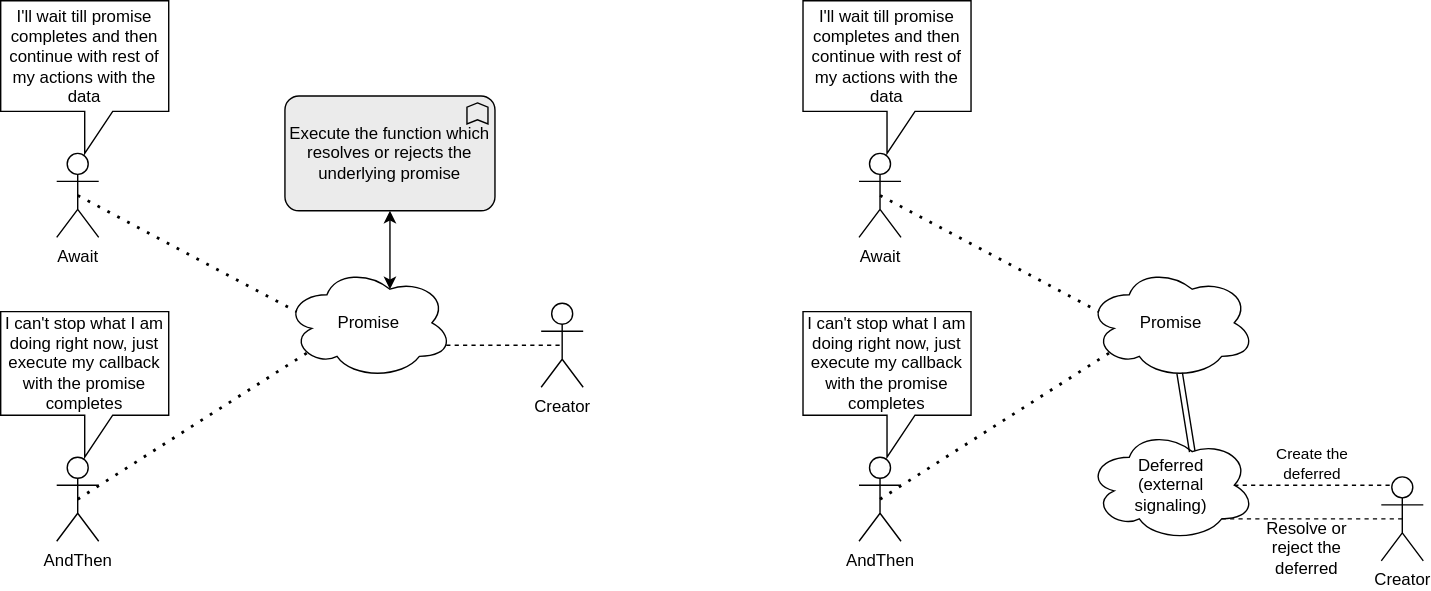
This is Promise/Concept.svg from BhaskarPanja93/BhariyaRoblox, a draw.io export, as it was before one commit. Source tidied: cells renumbered, new cells last; positions are measured from the earlier drawing's top-left corner, leaving out a move shared by most shapes. Its diagram source:
```xml
<mxGraphModel>
  <root>
    <mxCell id="0" />
    <mxCell id="1" parent="0" />
    <mxCell id="2" style="shape=tableRow;horizontal=0;startSize=0;swimlaneHead=0;swimlaneBody=0;strokeColor=inherit;top=0;left=0;bottom=0;right=0;fillColor=none;fontSize=16;" parent="1" vertex="1">
      <mxGeometry x="188" y="79" width="180" height="40" as="geometry" />
    </mxCell>
    <mxCell id="3" style="shape=partialRectangle;html=1;whiteSpace=wrap;strokeColor=inherit;overflow=hidden;fillColor=none;top=0;left=0;bottom=0;right=0;fontSize=16;" parent="2" vertex="1">
      <mxGeometry x="120" width="60" height="40" as="geometry" />
    </mxCell>
    <mxCell id="4" value="Promise" style="ellipse;shape=cloud;whiteSpace=wrap;html=1;" parent="1" vertex="1">
      <mxGeometry x="203" y="190" width="120" height="80" as="geometry" />
    </mxCell>
    <mxCell id="5" value="Await" style="shape=umlActor;verticalLabelPosition=bottom;verticalAlign=top;html=1;outlineConnect=0;" parent="1" vertex="1">
      <mxGeometry x="40" y="109" width="30" height="60" as="geometry" />
    </mxCell>
    <mxCell id="6" value="AndThen" style="shape=umlActor;verticalLabelPosition=bottom;verticalAlign=top;html=1;outlineConnect=0;" parent="1" vertex="1">
      <mxGeometry x="40" y="326" width="30" height="60" as="geometry" />
    </mxCell>
    <mxCell id="7" value="I can't stop what I am doing right now, just execute my callback with the promise completes" style="shape=callout;whiteSpace=wrap;html=1;perimeter=calloutPerimeter;" parent="1" vertex="1">
      <mxGeometry y="222" width="120" height="104" as="geometry" />
    </mxCell>
    <mxCell id="8" value="I'll wait till promise completes and then continue with rest of my actions with the data" style="shape=callout;whiteSpace=wrap;html=1;perimeter=calloutPerimeter;" parent="1" vertex="1">
      <mxGeometry width="120" height="109" as="geometry" />
    </mxCell>
    <mxCell id="9" value="Execute the function which resolves or rejects the underlying promise" style="html=1;outlineConnect=0;whiteSpace=wrap;fillColor=#EBEBEB;shape=mxgraph.archimate3.application;appType=func;archiType=rounded;" parent="1" vertex="1">
      <mxGeometry x="203" y="68" width="150" height="82" as="geometry" />
    </mxCell>
    <mxCell id="10" style="endArrow=none;dashed=1;html=1;dashPattern=1 3;strokeWidth=2;rounded=0;exitX=0.5;exitY=0.5;exitDx=0;exitDy=0;exitPerimeter=0;entryX=0.13;entryY=0.77;entryDx=0;entryDy=0;entryPerimeter=0;" parent="1" edge="1" source="6" target="4">
      <mxGeometry relative="1" as="geometry" />
    </mxCell>
    <mxCell id="11" style="endArrow=none;dashed=1;html=1;dashPattern=1 3;strokeWidth=2;rounded=0;exitX=0.5;exitY=0.5;exitDx=0;exitDy=0;exitPerimeter=0;entryX=0.07;entryY=0.4;entryDx=0;entryDy=0;entryPerimeter=0;" parent="1" edge="1" source="5" target="4">
      <mxGeometry relative="1" as="geometry" />
    </mxCell>
    <mxCell id="12" value="Creator" style="shape=umlActor;verticalLabelPosition=bottom;verticalAlign=top;html=1;outlineConnect=0;" parent="1" vertex="1">
      <mxGeometry x="386" y="216" width="30" height="60" as="geometry" />
    </mxCell>
    <mxCell id="13" style="endArrow=none;dashed=1;html=1;rounded=0;exitX=0.96;exitY=0.7;exitDx=0;exitDy=0;exitPerimeter=0;entryX=0.5;entryY=0.5;entryDx=0;entryDy=0;entryPerimeter=0;" parent="1" edge="1" source="4" target="12">
      <mxGeometry relative="1" as="geometry" />
    </mxCell>
    <mxCell id="14" style="endArrow=classic;startArrow=classic;html=1;rounded=0;exitX=0.625;exitY=0.2;exitDx=0;exitDy=0;exitPerimeter=0;entryX=0.5;entryY=1;entryDx=0;entryDy=0;entryPerimeter=0;" parent="1" edge="1" source="4" target="9">
      <mxGeometry relative="1" as="geometry" />
    </mxCell>
    <mxCell id="15" style="shape=tableRow;horizontal=0;startSize=0;swimlaneHead=0;swimlaneBody=0;strokeColor=inherit;top=0;left=0;bottom=0;right=0;fillColor=none;fontSize=16;" parent="1" vertex="1">
      <mxGeometry x="761" y="79" width="180" height="40" as="geometry" />
    </mxCell>
    <mxCell id="16" style="shape=partialRectangle;html=1;whiteSpace=wrap;strokeColor=inherit;overflow=hidden;fillColor=none;top=0;left=0;bottom=0;right=0;fontSize=16;" parent="15" vertex="1">
      <mxGeometry x="120" width="60" height="40" as="geometry" />
    </mxCell>
    <mxCell id="17" value="Promise" style="ellipse;shape=cloud;whiteSpace=wrap;html=1;" parent="1" vertex="1">
      <mxGeometry x="776" y="190" width="120" height="80" as="geometry" />
    </mxCell>
    <mxCell id="18" value="Await" style="shape=umlActor;verticalLabelPosition=bottom;verticalAlign=top;html=1;outlineConnect=0;" parent="1" vertex="1">
      <mxGeometry x="613" y="109" width="30" height="60" as="geometry" />
    </mxCell>
    <mxCell id="19" value="AndThen" style="shape=umlActor;verticalLabelPosition=bottom;verticalAlign=top;html=1;outlineConnect=0;" parent="1" vertex="1">
      <mxGeometry x="613" y="326" width="30" height="60" as="geometry" />
    </mxCell>
    <mxCell id="20" value="I can't stop what I am doing right now, just execute my callback with the promise completes" style="shape=callout;whiteSpace=wrap;html=1;perimeter=calloutPerimeter;" parent="1" vertex="1">
      <mxGeometry x="573" y="222" width="120" height="104" as="geometry" />
    </mxCell>
    <mxCell id="21" value="I'll wait till promise completes and then continue with rest of my actions with the data" style="shape=callout;whiteSpace=wrap;html=1;perimeter=calloutPerimeter;" parent="1" vertex="1">
      <mxGeometry x="573" width="120" height="109" as="geometry" />
    </mxCell>
    <mxCell id="22" style="endArrow=none;dashed=1;html=1;dashPattern=1 3;strokeWidth=2;rounded=0;exitX=0.5;exitY=0.5;exitDx=0;exitDy=0;exitPerimeter=0;entryX=0.13;entryY=0.77;entryDx=0;entryDy=0;entryPerimeter=0;" parent="1" edge="1" source="19" target="17">
      <mxGeometry relative="1" as="geometry" />
    </mxCell>
    <mxCell id="23" style="endArrow=none;dashed=1;html=1;dashPattern=1 3;strokeWidth=2;rounded=0;exitX=0.5;exitY=0.5;exitDx=0;exitDy=0;exitPerimeter=0;entryX=0.07;entryY=0.4;entryDx=0;entryDy=0;entryPerimeter=0;" parent="1" edge="1" source="18" target="17">
      <mxGeometry relative="1" as="geometry" />
    </mxCell>
    <mxCell id="24" value="Creator" style="shape=umlActor;verticalLabelPosition=bottom;verticalAlign=top;html=1;outlineConnect=0;" parent="1" vertex="1">
      <mxGeometry x="986" y="340" width="30" height="60" as="geometry" />
    </mxCell>
    <mxCell id="25" style="endArrow=none;dashed=1;html=1;rounded=0;exitX=0.875;exitY=0.5;exitDx=0;exitDy=0;exitPerimeter=0;entryX=0.25;entryY=0.1;entryDx=0;entryDy=0;entryPerimeter=0;" parent="1" edge="1" source="26" target="24">
      <mxGeometry relative="1" as="geometry" />
    </mxCell>
    <mxCell id="26" value="Deferred&lt;br&gt;(external &lt;br&gt;signaling)" style="ellipse;shape=cloud;whiteSpace=wrap;html=1;" parent="1" vertex="1">
      <mxGeometry x="776" y="306" width="120" height="80" as="geometry" />
    </mxCell>
    <mxCell id="27" style="shape=link;html=1;rounded=0;exitX=0.55;exitY=0.95;exitDx=0;exitDy=0;exitPerimeter=0;entryX=0.625;entryY=0.2;entryDx=0;entryDy=0;entryPerimeter=0;" parent="1" edge="1" source="17" target="26">
      <mxGeometry relative="1" as="geometry" />
    </mxCell>
    <mxCell id="28" value="&#10;&lt;span style=&quot;color: rgb(0, 0, 0); font-family: Helvetica; font-size: 11px; font-style: normal; font-variant-ligatures: normal; font-variant-caps: normal; font-weight: 400; letter-spacing: normal; orphans: 2; text-align: center; text-indent: 0px; text-transform: none; widows: 2; word-spacing: 0px; -webkit-text-stroke-width: 0px; background-color: rgb(255, 255, 255); text-decoration-thickness: initial; text-decoration-style: initial; text-decoration-color: initial; float: none; display: inline !important;&quot;&gt;Create the deferred&lt;/span&gt;&#10;&#10;" style="text;html=1;strokeColor=none;fillColor=none;align=center;verticalAlign=middle;whiteSpace=wrap;rounded=0;" parent="1" vertex="1">
      <mxGeometry x="907" y="323" width="60" height="30" as="geometry" />
    </mxCell>
    <mxCell id="29" style="endArrow=none;dashed=1;html=1;rounded=0;entryX=0.8;entryY=0.8;entryDx=0;entryDy=0;entryPerimeter=0;exitX=0.5;exitY=0.5;exitDx=0;exitDy=0;exitPerimeter=0;" parent="1" edge="1" source="24" target="26">
      <mxGeometry relative="1" as="geometry" />
    </mxCell>
    <mxCell id="30" value="Resolve or reject the deferred" style="text;html=1;strokeColor=none;fillColor=none;align=center;verticalAlign=middle;whiteSpace=wrap;rounded=0;" parent="1" vertex="1">
      <mxGeometry x="903" y="376" width="60" height="30" as="geometry" />
    </mxCell>
  </root>
</mxGraphModel>
```
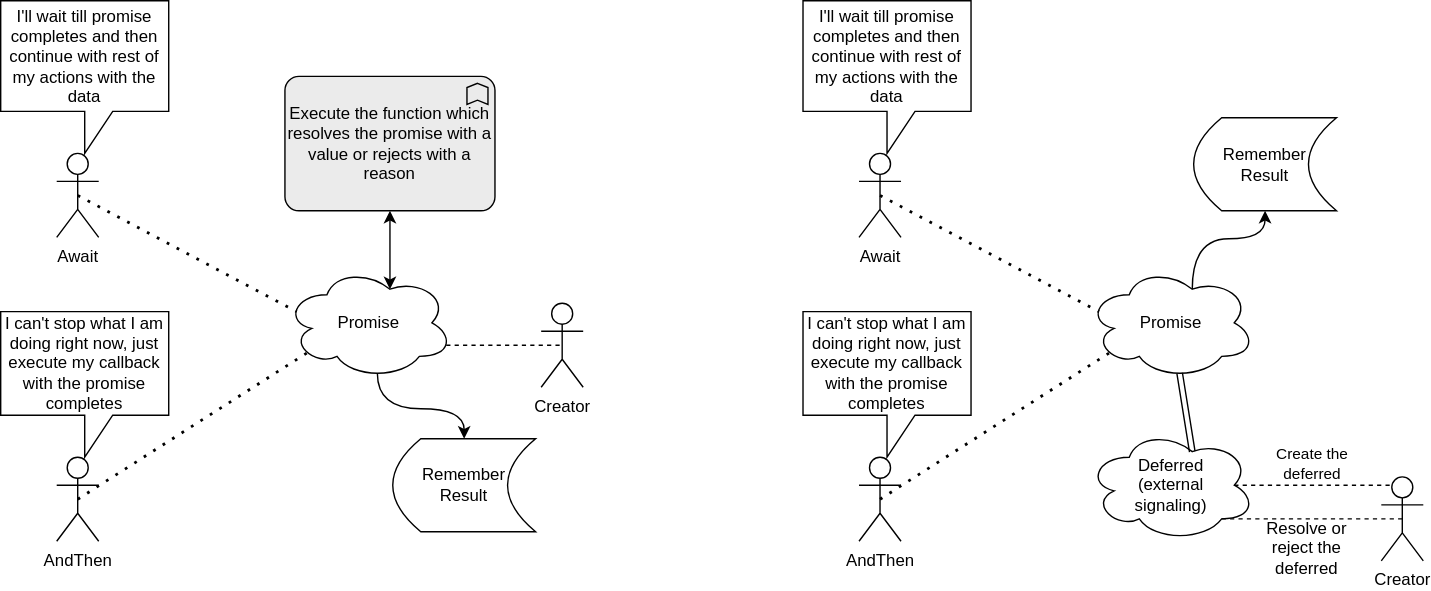
Later version of the same file.

The edit, as a diff of the source:
```diff
@@ -8,6 +8,9 @@
     <mxCell id="3" style="shape=partialRectangle;html=1;whiteSpace=wrap;strokeColor=inherit;overflow=hidden;fillColor=none;top=0;left=0;bottom=0;right=0;fontSize=16;" parent="2" vertex="1">
       <mxGeometry x="120" width="60" height="40" as="geometry" />
     </mxCell>
+    <mxCell id="31" style="edgeStyle=orthogonalEdgeStyle;rounded=0;jettySize=auto;html=1;exitX=0.55;exitY=0.95;exitDx=0;exitDy=0;exitPerimeter=0;entryX=0.5;entryY=0;entryDx=0;entryDy=0;curved=1;" parent="1" edge="1" source="4" target="33">
+      <mxGeometry relative="1" as="geometry" />
+    </mxCell>
     <mxCell id="4" value="Promise" style="ellipse;shape=cloud;whiteSpace=wrap;html=1;" parent="1" vertex="1">
       <mxGeometry x="203" y="190" width="120" height="80" as="geometry" />
     </mxCell>
@@ -23,8 +26,8 @@
     <mxCell id="8" value="I'll wait till promise completes and then continue with rest of my actions with the data" style="shape=callout;whiteSpace=wrap;html=1;perimeter=calloutPerimeter;" parent="1" vertex="1">
       <mxGeometry width="120" height="109" as="geometry" />
     </mxCell>
-    <mxCell id="9" value="Execute the function which resolves or rejects the underlying promise" style="html=1;outlineConnect=0;whiteSpace=wrap;fillColor=#EBEBEB;shape=mxgraph.archimate3.application;appType=func;archiType=rounded;" parent="1" vertex="1">
-      <mxGeometry x="203" y="68" width="150" height="82" as="geometry" />
+    <mxCell id="9" value="Execute the function which resolves the promise with a value or rejects with a reason" style="html=1;outlineConnect=0;whiteSpace=wrap;fillColor=#EBEBEB;shape=mxgraph.archimate3.application;appType=func;archiType=rounded;" parent="1" vertex="1">
+      <mxGeometry x="203" y="54" width="150" height="96" as="geometry" />
     </mxCell>
     <mxCell id="10" style="endArrow=none;dashed=1;html=1;dashPattern=1 3;strokeWidth=2;rounded=0;exitX=0.5;exitY=0.5;exitDx=0;exitDy=0;exitPerimeter=0;entryX=0.13;entryY=0.77;entryDx=0;entryDy=0;entryPerimeter=0;" parent="1" edge="1" source="6" target="4">
       <mxGeometry relative="1" as="geometry" />
@@ -47,6 +50,9 @@
     <mxCell id="16" style="shape=partialRectangle;html=1;whiteSpace=wrap;strokeColor=inherit;overflow=hidden;fillColor=none;top=0;left=0;bottom=0;right=0;fontSize=16;" parent="15" vertex="1">
       <mxGeometry x="120" width="60" height="40" as="geometry" />
     </mxCell>
+    <mxCell id="32" style="edgeStyle=orthogonalEdgeStyle;rounded=0;jettySize=auto;html=1;exitX=0.625;exitY=0.2;exitDx=0;exitDy=0;exitPerimeter=0;entryX=0.5;entryY=1;entryDx=0;entryDy=0;curved=1;" parent="1" edge="1" source="17" target="34">
+      <mxGeometry relative="1" as="geometry" />
+    </mxCell>
     <mxCell id="17" value="Promise" style="ellipse;shape=cloud;whiteSpace=wrap;html=1;" parent="1" vertex="1">
       <mxGeometry x="776" y="190" width="120" height="80" as="geometry" />
     </mxCell>
@@ -89,5 +95,11 @@
     <mxCell id="30" value="Resolve or reject the deferred" style="text;html=1;strokeColor=none;fillColor=none;align=center;verticalAlign=middle;whiteSpace=wrap;rounded=0;" parent="1" vertex="1">
       <mxGeometry x="903" y="376" width="60" height="30" as="geometry" />
     </mxCell>
+    <mxCell id="33" value="Remember&lt;br&gt;Result" style="shape=dataStorage;whiteSpace=wrap;html=1;fixedSize=1;" parent="1" vertex="1">
+      <mxGeometry x="280" y="312.8" width="102" height="66.4" as="geometry" />
+    </mxCell>
+    <mxCell id="34" value="Remember&lt;br style=&quot;border-color: rgb(218, 220, 224);&quot;&gt;Result" style="shape=dataStorage;whiteSpace=wrap;html=1;fixedSize=1;" parent="1" vertex="1">
+      <mxGeometry x="852" y="83.6" width="102" height="66.4" as="geometry" />
+    </mxCell>
   </root>
 </mxGraphModel>
```
